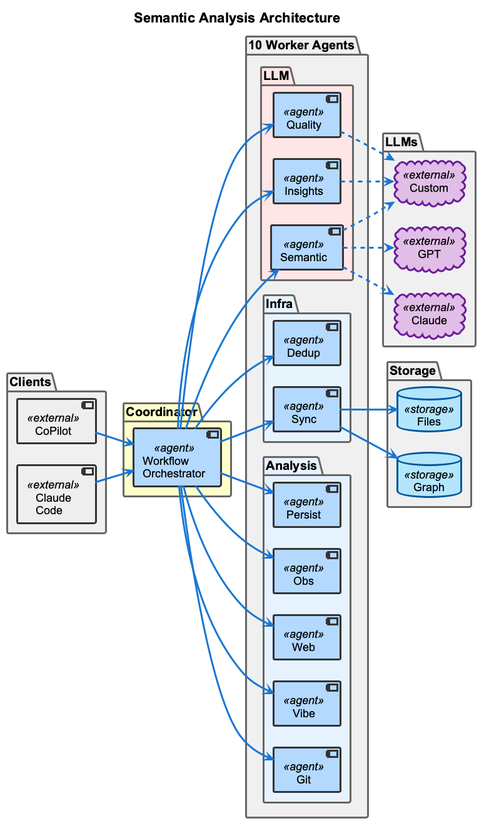
Earlier version of the PlantUML export docs/presentation/images/unified-semantic-architecture.png (fwornle/coding).
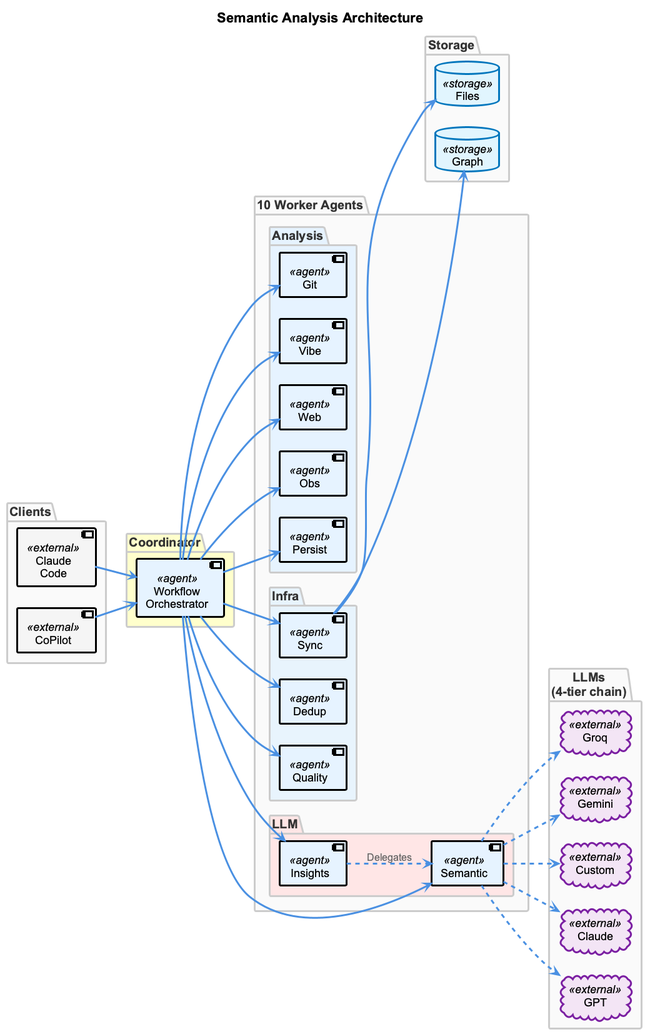
The same diagram one commit later.

The edit, as a diff of the source:
```diff
@@ -26,12 +26,12 @@
   package "LLM" #FFE6E6 {
     [Semantic] <<agent>> as sem
     [Insights] <<agent>> as ins
-    [Quality] <<agent>> as qa
   }
 
   package "Infra" #E8F4FD {
     [Sync] <<agent>> as sync
     [Dedup] <<agent>> as dedup
+    [Quality] <<agent>> as qa
   }
 }
 
@@ -40,7 +40,9 @@
   database "Files" <<storage>> as files
 }
 
-package "LLMs" {
+package "LLMs\n(4-tier chain)" {
+  cloud "Groq" <<external>> as groq
+  cloud "Gemini" <<external>> as gemini
   cloud "Custom" <<external>> as custom
   cloud "Claude" <<external>> as anthropic
   cloud "GPT" <<external>> as openai
@@ -60,11 +62,12 @@
 coord --> sync
 coord --> dedup
 
+sem ..> groq
+sem ..> gemini
 sem ..> custom
 sem ..> anthropic
 sem ..> openai
-ins ..> custom
-qa ..> custom
+ins ..> sem : "Delegates"
 
 sync --> graphdb
 sync --> files
```
